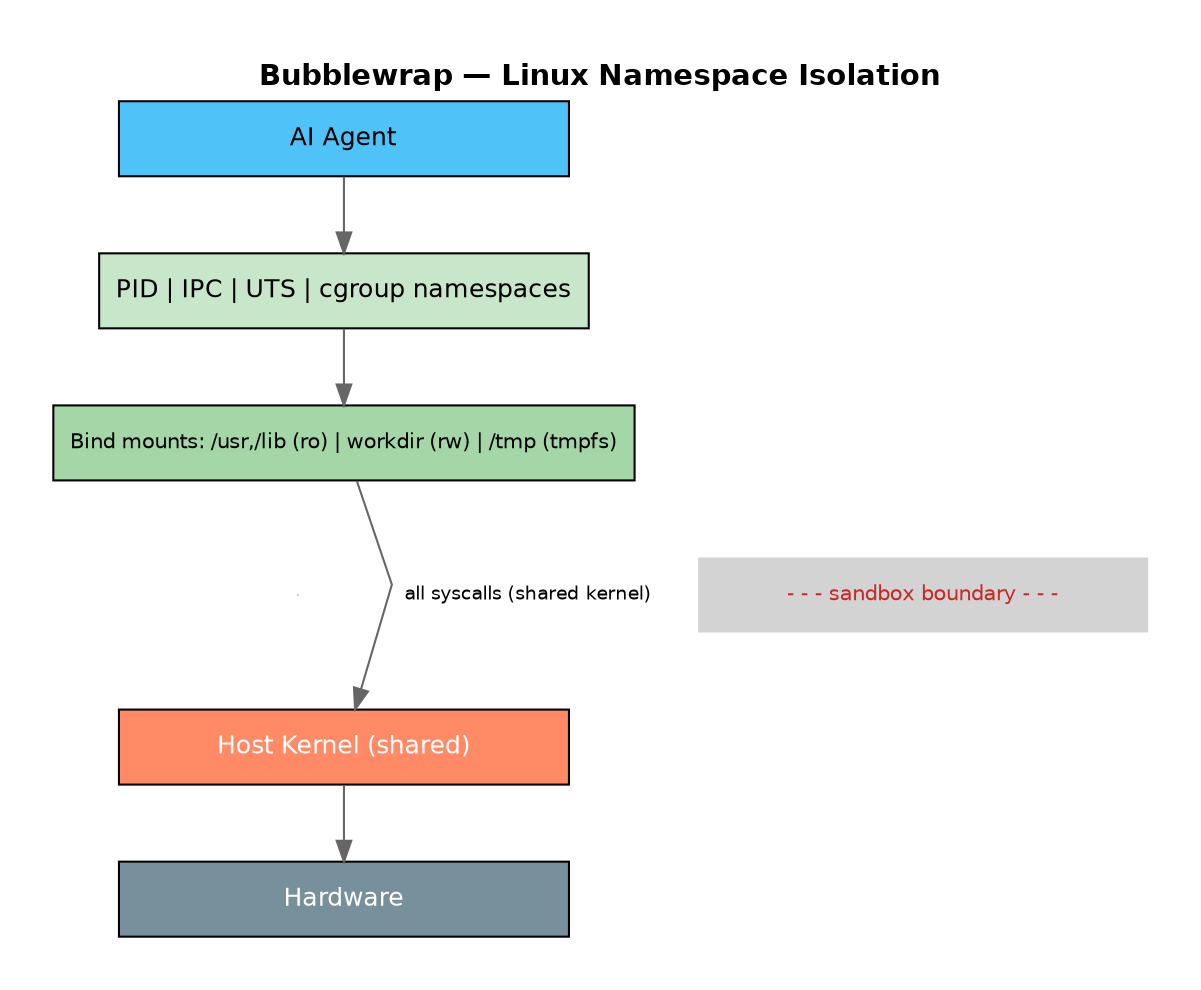
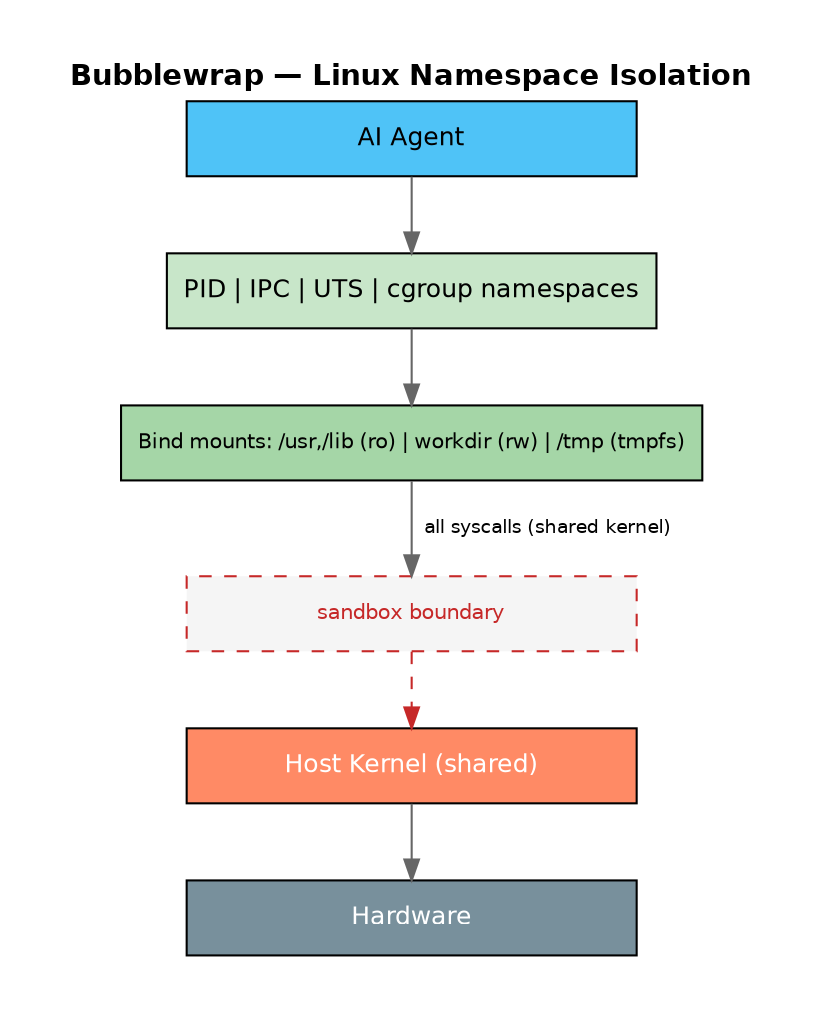
digraph Bubblewrap {
  rankdir=TB;
  splines=false;
  nodesep=0.3;
  ranksep=0.5;
  bgcolor="white";
  margin=0.3;

  node [shape=box, style="filled", fontname="Helvetica", fontsize=12, width=3, height=0.5];
  edge [fontname="Helvetica", fontsize=9, color="#666666"];

  label="Bubblewrap — Linux Namespace Isolation";
  labelloc=t;
  fontsize=14;
  fontname="Helvetica-Bold";

  agent [label="AI Agent", fillcolor="#4FC3F7"];
  ns [label="PID | IPC | UTS | cgroup namespaces", fillcolor="#C8E6C9"];
  mounts [label="Bind mounts: /usr,/lib (ro) | workdir (rw) | /tmp (tmpfs)", fillcolor="#A5D6A7", fontsize=10];
- 
-   sandbox [label="", shape=plaintext, width=0, height=0];
- 
+   sb [label="sandbox boundary", style="dashed,filled", fillcolor="#F5F5F5", fontcolor="#C62828", fontsize=10, color="#C62828"];
  kernel [label="Host Kernel (shared)", fillcolor="#FF8A65", fontcolor=white];
  hw [label="Hardware", fillcolor="#78909C", fontcolor=white];

  agent -> ns;
  ns -> mounts;
- 
-   // Sandbox boundary
-   mounts -> sandbox [style=invis];
-   sandbox -> kernel [style=invis];
- 
-   {rank=same; sandbox; sb_label}
-   sb_label [label="- - - sandbox boundary - - -", shape=plaintext, fontsize=10, fontcolor="#C62828"];
- 
-   mounts -> kernel [label="  all syscalls (shared kernel)"];
+   mounts -> sb [label="  all syscalls (shared kernel)"];
+   sb -> kernel [style=dashed, color="#C62828"];
  kernel -> hw;
}
